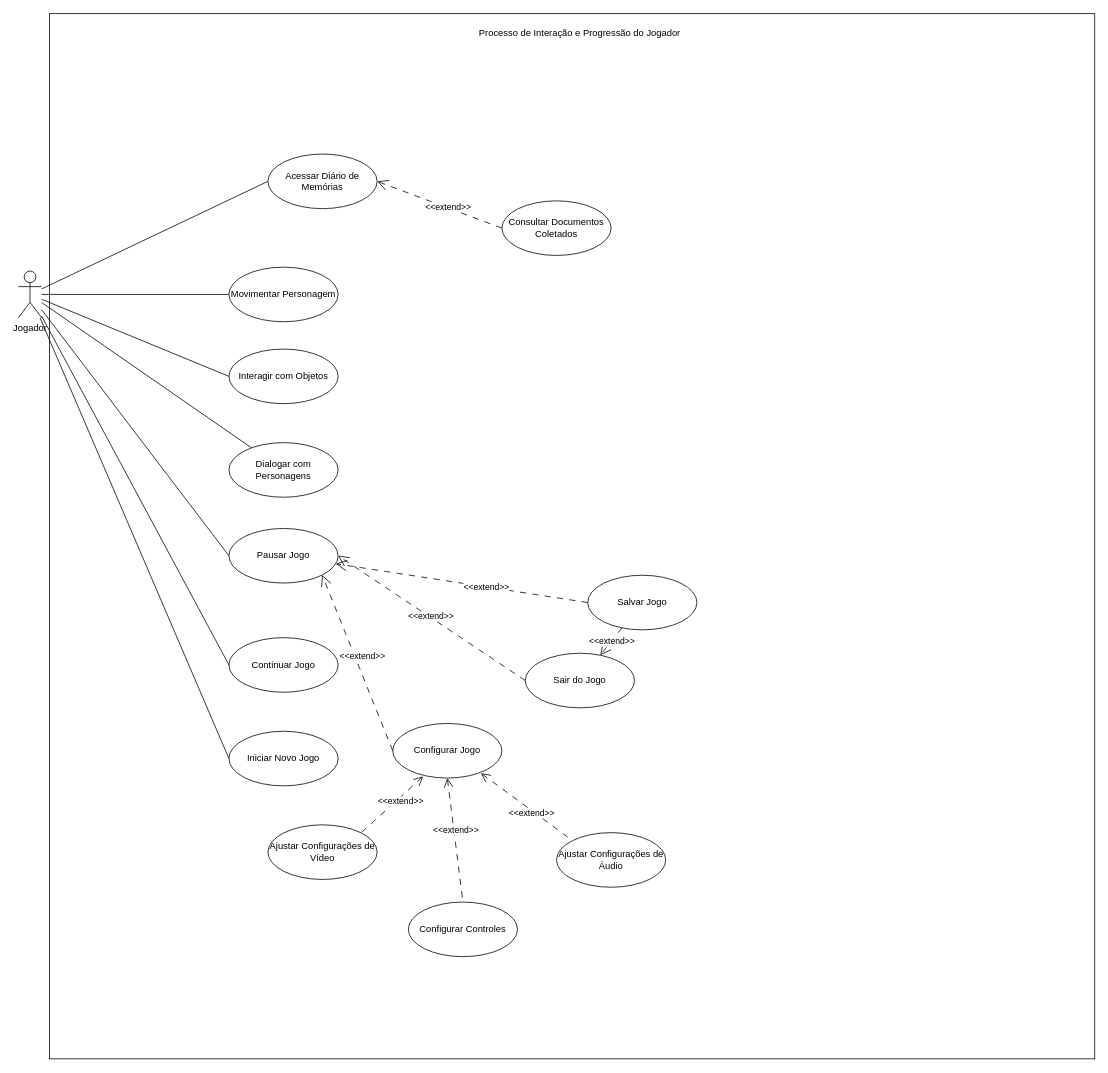
This is docs/casos-de-uso/caso-de-uso.drawio from omatheusfaria/Ani, a draw.io file, before an edit. Source tidied: cells renumbered, new cells numbered last; positions are measured from the earlier drawing's top-left corner, leaving out a move shared by most shapes. Both pictures are drawn from the tidied source at 78%, with x=0, y=0 at pixel (18, 13).
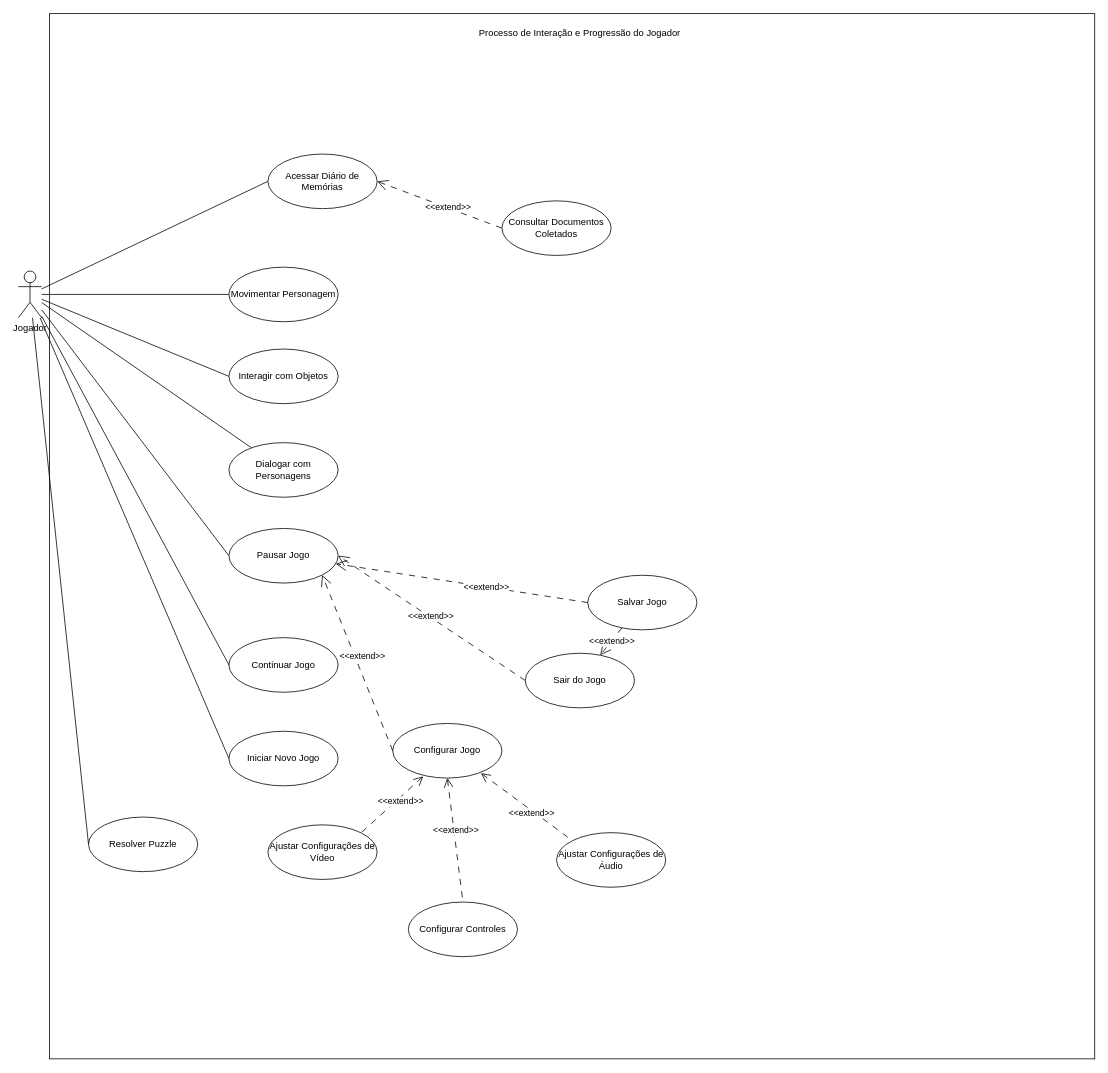
The same diagram, later.

Commit message (it also covers changes not shown here):
Cria o UC-S015 Resolver Puzzle ligado ao RF007, atualiza a seção 4.2.13 e fecha o item 11

Unchanged cells that the change refers to:
```xml
<mxCell id="7" value="&lt;div&gt;Jogador&lt;/div&gt;" style="shape=umlActor;verticalLabelPosition=bottom;verticalAlign=top;html=1;outlineConnect=0;" parent="1" vertex="1">
  <mxGeometry y="330" width="30" height="60" as="geometry" />
</mxCell>
```

What changed in the source:
```diff
@@
+    <mxCell id="42" value="Resolver Puzzle" style="ellipse;whiteSpace=wrap;html=1;" parent="1" vertex="1">
+      <mxGeometry x="90" y="1030" width="140" height="70" as="geometry" />
+    </mxCell>
+    <mxCell id="43" style="rounded=0;jettySize=auto;html=1;entryX=0;entryY=0.5;entryDx=0;entryDy=0;endArrow=none;endFill=0;" parent="1" edge="1" source="7" target="42">
+      <mxGeometry relative="1" as="geometry" />
+    </mxCell>
```
